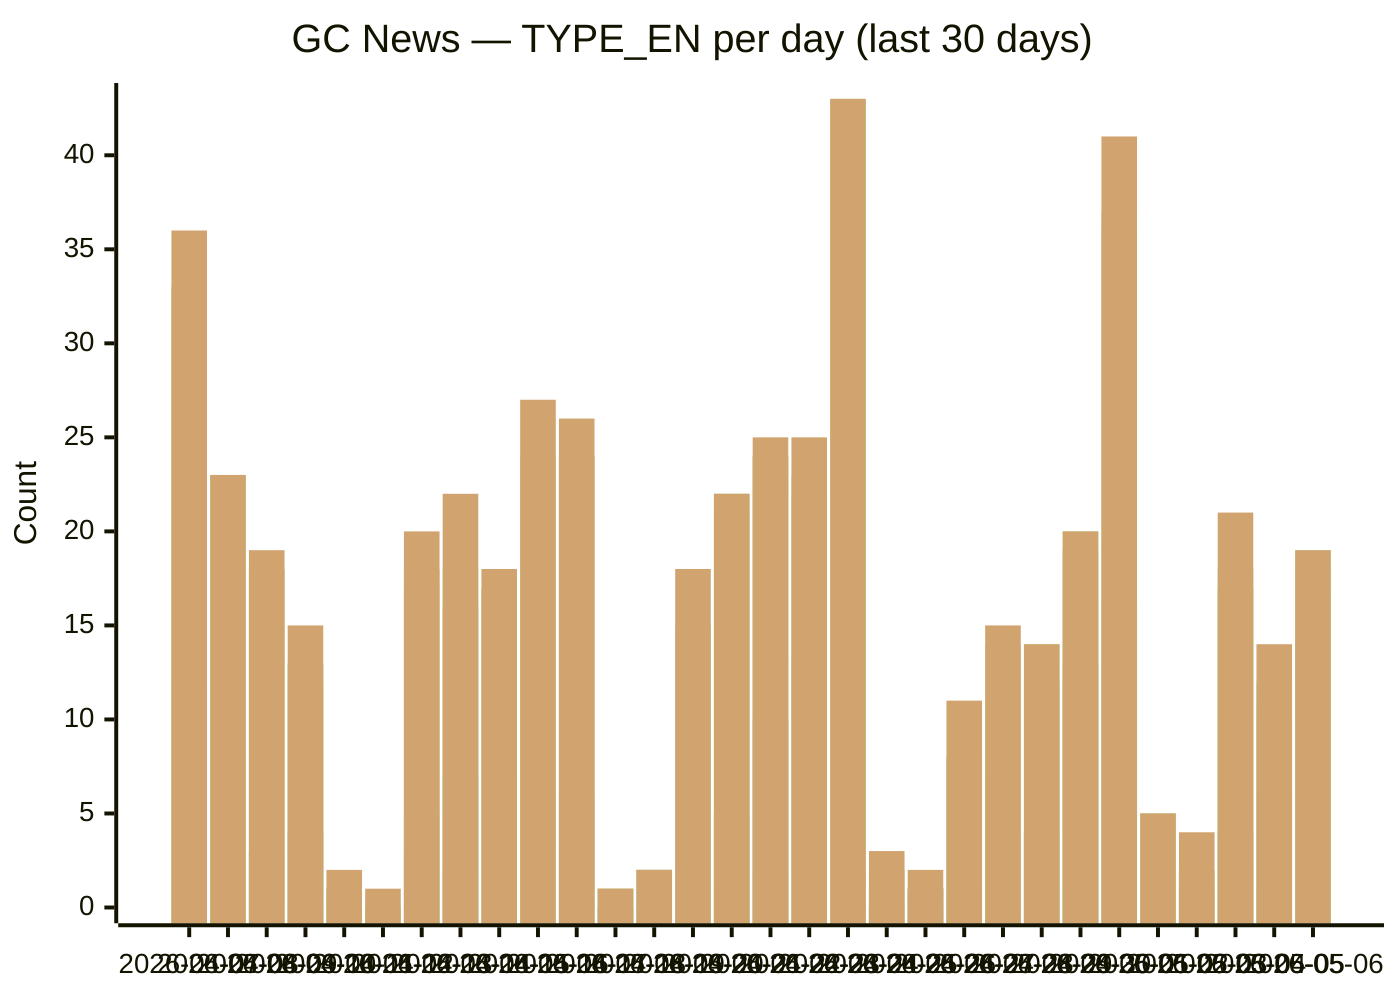
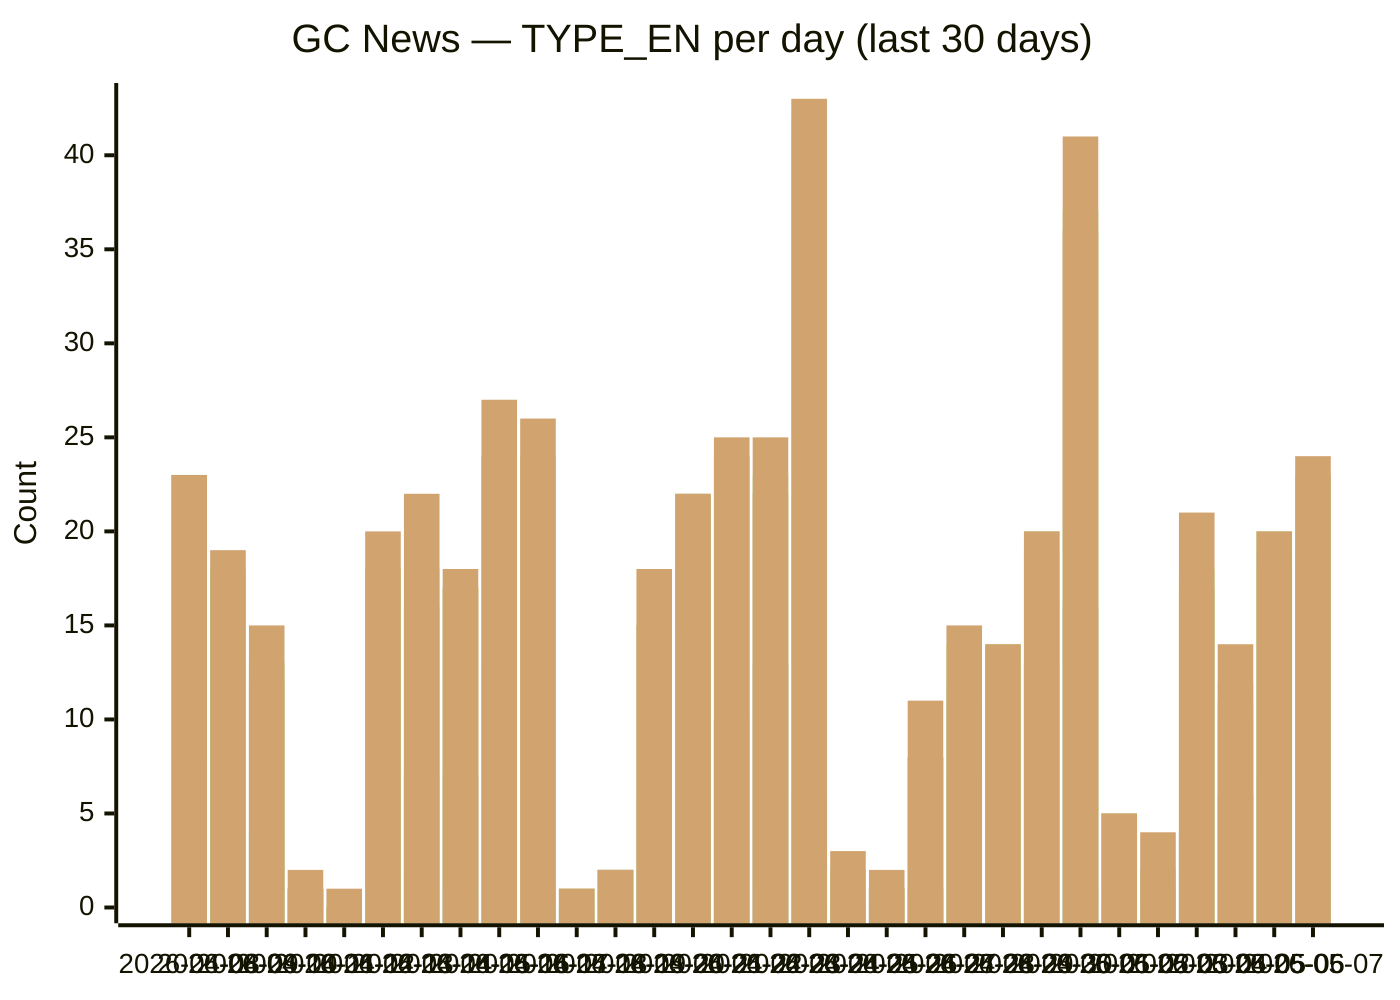
xychart-beta
  title "GC News — TYPE_EN per day (last 30 days)"
-   x-axis [2026-04-07, 2026-04-08, 2026-04-09, 2026-04-10, 2026-04-11, 2026-04-12, 2026-04-13, 2026-04-14, 2026-04-15, 2026-04-16, 2026-04-17, 2026-04-18, 2026-04-19, 2026-04-20, 2026-04-21, 2026-04-22, 2026-04-23, 2026-04-24, 2026-04-25, 2026-04-26, 2026-04-27, 2026-04-28, 2026-04-29, 2026-04-30, 2026-05-01, 2026-05-02, 2026-05-03, 2026-05-04, 2026-05-05, 2026-05-06]
+   x-axis [2026-04-08, 2026-04-09, 2026-04-10, 2026-04-11, 2026-04-12, 2026-04-13, 2026-04-14, 2026-04-15, 2026-04-16, 2026-04-17, 2026-04-18, 2026-04-19, 2026-04-20, 2026-04-21, 2026-04-22, 2026-04-23, 2026-04-24, 2026-04-25, 2026-04-26, 2026-04-27, 2026-04-28, 2026-04-29, 2026-04-30, 2026-05-01, 2026-05-02, 2026-05-03, 2026-05-04, 2026-05-05, 2026-05-06, 2026-05-07]
  y-axis "Count" 0 --> 43
-   bar backgrounders [5, 1, 1, 0, 0, 0, 3, 2, 1, 0, 3, 0, 0, 3, 1, 2, 1, 5, 0, 0, 1, 1, 0, 1, 1, 0, 0, 2, 1, 2]
-   bar "media advisories" [12, 8, 3, 4, 1, 0, 5, 7, 7, 13, 6, 0, 2, 6, 5, 10, 13, 6, 0, 1, 1, 7, 4, 13, 16, 0, 1, 4, 6, 7]
-   bar "news releases" [33, 23, 18, 12, 1, 0, 17, 16, 17, 24, 24, 1, 2, 15, 21, 24, 22, 41, 1, 1, 8, 11, 12, 19, 36, 5, 2, 17, 10, 17]
-   bar readouts [33, 23, 18, 13, 1, 0, 18, 16, 17, 24, 24, 1, 2, 15, 22, 24, 22, 42, 2, 1, 8, 12, 12, 19, 36, 5, 2, 17, 11, 18]
-   bar speeches [33, 23, 18, 13, 1, 0, 18, 18, 17, 24, 24, 1, 2, 15, 22, 24, 23, 43, 2, 1, 8, 14, 14, 20, 37, 5, 2, 18, 12, 19]
-   bar statements [36, 23, 19, 15, 2, 1, 20, 22, 18, 27, 26, 1, 2, 18, 22, 25, 25, 43, 3, 2, 11, 15, 14, 20, 41, 5, 4, 21, 14, 19]
+   bar backgrounders [1, 1, 0, 0, 0, 3, 2, 1, 0, 3, 0, 0, 3, 1, 2, 1, 5, 0, 0, 1, 1, 0, 1, 1, 0, 0, 2, 1, 2, 0]
+   bar "media advisories" [8, 3, 4, 1, 0, 5, 7, 7, 13, 6, 0, 2, 6, 5, 10, 13, 6, 0, 1, 1, 7, 4, 13, 16, 0, 1, 4, 6, 7, 10]
+   bar "news releases" [23, 18, 12, 1, 0, 17, 16, 17, 24, 24, 1, 2, 15, 21, 24, 22, 41, 1, 1, 8, 11, 12, 19, 36, 5, 2, 17, 10, 18, 23]
+   bar readouts [23, 18, 13, 1, 0, 18, 16, 17, 24, 24, 1, 2, 15, 22, 24, 22, 42, 2, 1, 8, 12, 12, 19, 36, 5, 2, 17, 11, 19, 23]
+   bar speeches [23, 18, 13, 1, 0, 18, 18, 17, 24, 24, 1, 2, 15, 22, 24, 23, 43, 2, 1, 8, 14, 14, 20, 37, 5, 2, 18, 12, 20, 23]
+   bar statements [23, 19, 15, 2, 1, 20, 22, 18, 27, 26, 1, 2, 18, 22, 25, 25, 43, 3, 2, 11, 15, 14, 20, 41, 5, 4, 21, 14, 20, 24]
